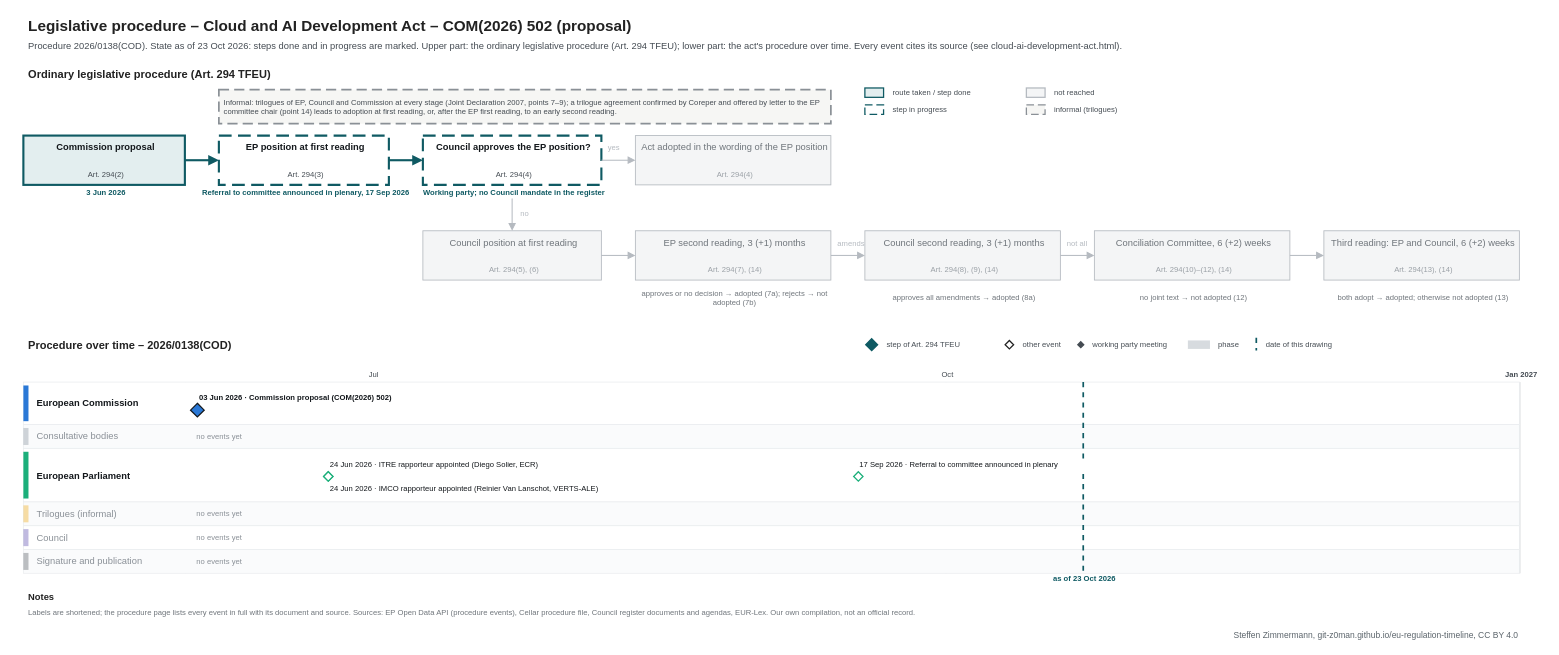
Before: procedures/cloud-ai-development-act.drawio in git-z0man/eu-regulation-timeline, a draw.io diagram. Source tidied: cells renumbered, new cells numbered last; positions are measured from the earlier drawing's top-left corner, leaving out a move shared by most shapes. Both pictures are drawn from the tidied source at 85%, with x=0, y=0 at pixel (14, 14).
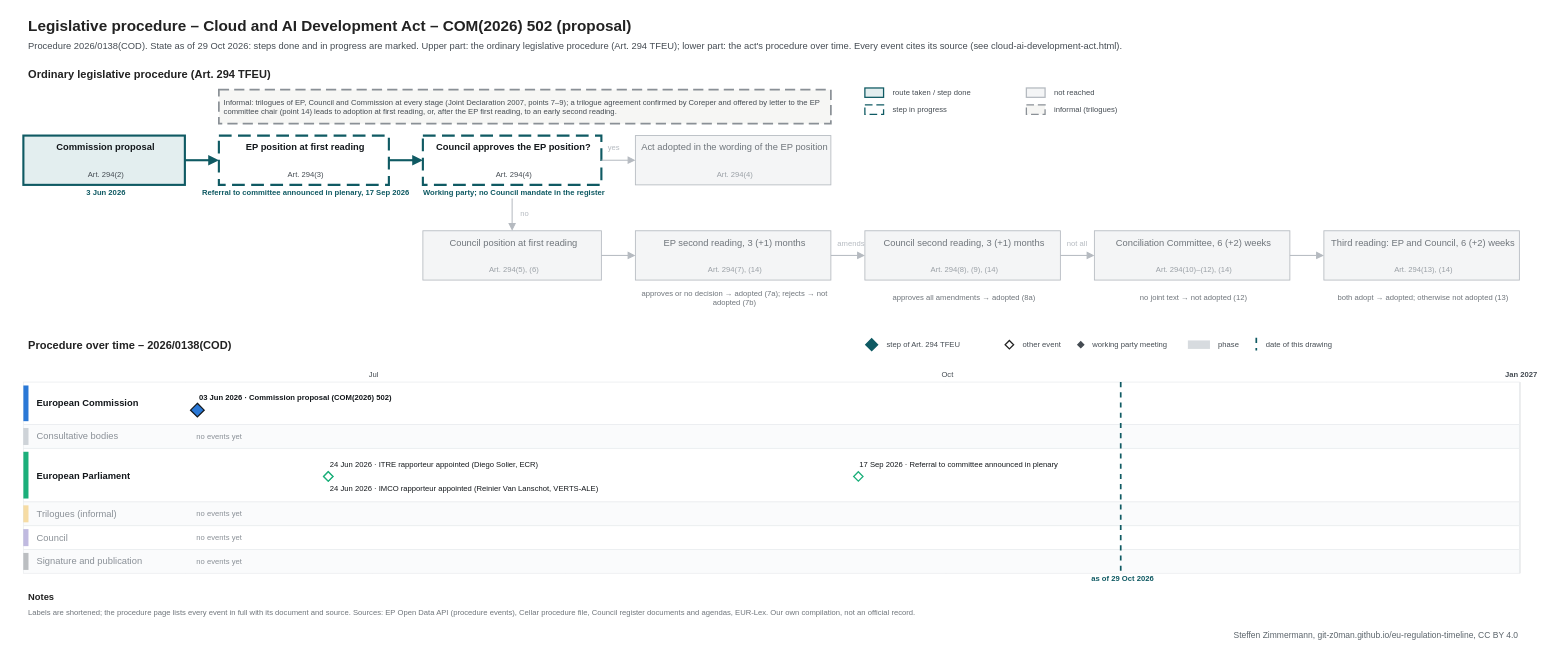
The same diagram, later.

What changed in the source:
```diff
@@
-    <mxCell id="3" value="Procedure 2026/0138(COD). State as of 23 Oct 2026: steps done and in progress are marked. Upper part: the ordinary legislative procedure (Art. 294 TFEU); lower part: the act's procedure over time. Every event cites its source (see cloud-ai-development-act.html)." style="text;html=1;fontSize=11;fontColor=#454c53;align=left;verticalAlign=middle;spacingLeft=4;" parent="1" vertex="1">
+    <mxCell id="3" value="Procedure 2026/0138(COD). State as of 29 Oct 2026: steps done and in progress are marked. Upper part: the ordinary legislative procedure (Art. 294 TFEU); lower part: the act's procedure over time. Every event cites its source (see cloud-ai-development-act.html)." style="text;html=1;fontSize=11;fontColor=#454c53;align=left;verticalAlign=middle;spacingLeft=4;" parent="1" vertex="1">
       <mxGeometry x="10" y="28" width="1700" height="18" as="geometry" />
     </mxCell>
@@
     <mxCell id="105" style="line;html=1;strokeWidth=2;strokeColor=#0f5a63;direction=south;dashed=1;" parent="1" vertex="1">
-      <mxGeometry x="1256.4" y="432" width="1" height="225" as="geometry" />
+      <mxGeometry x="1300.5" y="432" width="1" height="225" as="geometry" />
     </mxCell>
-    <mxCell id="106" value="as of 23 Oct 2026" style="text;html=1;fontSize=9;fontColor=#0f5a63;align=center;verticalAlign=middle;spacingLeft=4;fontStyle=1;" parent="1" vertex="1">
-      <mxGeometry x="1196.4" y="658" width="120" height="12" as="geometry" />
+    <mxCell id="106" value="as of 29 Oct 2026" style="text;html=1;fontSize=9;fontColor=#0f5a63;align=center;verticalAlign=middle;spacingLeft=4;fontStyle=1;" parent="1" vertex="1">
+      <mxGeometry x="1240.5" y="658" width="120" height="12" as="geometry" />
     </mxCell>
```
